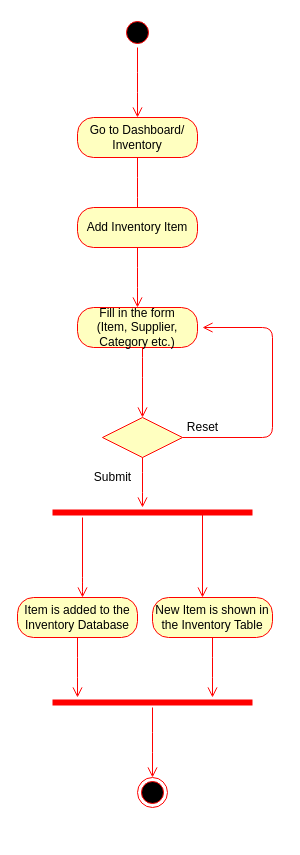
Before: Diagrams/Activity Diagrams FINAL/AC_17_Register Inventory Item.drawio in kkasharaj17/SE-project, a draw.io diagram. Source tidied: cells renumbered, new cells numbered last; positions are measured from the earlier drawing's top-left corner, leaving out a move shared by most shapes. Both pictures are drawn from the tidied source at 100%, with x=0, y=0 at pixel (17, 17).
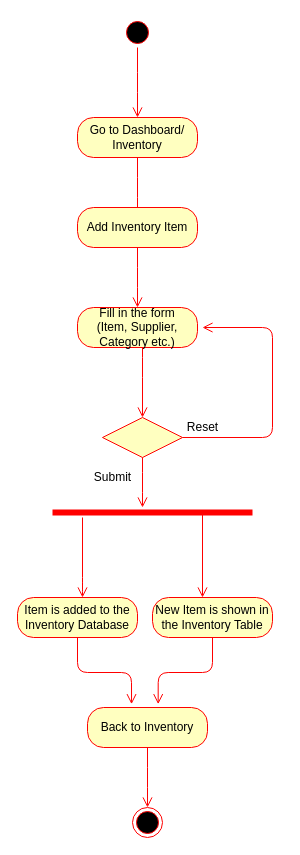
Above is the later version.

The change refers to these unchanged cells:
```xml
<mxCell id="18" value="Item is added to the Inventory Database" style="rounded=1;whiteSpace=wrap;html=1;arcSize=40;fontColor=#000000;fillColor=#ffffc0;strokeColor=#ff0000;" parent="1" vertex="1">
  <mxGeometry y="580" width="120" height="40" as="geometry" />
</mxCell>
<mxCell id="20" value="New Item is shown in the Inventory Table" style="rounded=1;whiteSpace=wrap;html=1;arcSize=40;fontColor=#000000;fillColor=#ffffc0;strokeColor=#ff0000;" parent="1" vertex="1">
  <mxGeometry x="135" y="580" width="120" height="40" as="geometry" />
</mxCell>
```

Diff of the diagram source:
```diff
@@
-    <mxCell id="19" style="edgeStyle=orthogonalEdgeStyle;html=1;verticalAlign=bottom;endArrow=open;endSize=8;strokeColor=#ff0000;" parent="1" edge="1" source="18">
-      <mxGeometry relative="1" as="geometry">
-        <mxPoint x="60" y="680" as="targetPoint" />
-      </mxGeometry>
+    <mxCell id="19" style="edgeStyle=orthogonalEdgeStyle;html=1;verticalAlign=bottom;endArrow=open;endSize=8;strokeColor=#ff0000;entryX=0.367;entryY=-0.083;entryDx=0;entryDy=0;entryPerimeter=0;" parent="1" edge="1" source="18" target="25">
+      <mxGeometry relative="1" as="geometry" />
     </mxCell>
@@
-    <mxCell id="21" style="edgeStyle=orthogonalEdgeStyle;html=1;verticalAlign=bottom;endArrow=open;endSize=8;strokeColor=#ff0000;" parent="1" edge="1" source="20">
-      <mxGeometry relative="1" as="geometry">
-        <mxPoint x="195" y="680" as="targetPoint" />
-      </mxGeometry>
+    <mxCell id="21" style="edgeStyle=orthogonalEdgeStyle;html=1;verticalAlign=bottom;endArrow=open;endSize=8;strokeColor=#ff0000;entryX=0.589;entryY=-0.083;entryDx=0;entryDy=0;entryPerimeter=0;" parent="1" edge="1" source="20" target="25">
+      <mxGeometry relative="1" as="geometry" />
     </mxCell>
-    <mxCell id="22" style="shape=line;html=1;strokeWidth=6;strokeColor=#ff0000;" parent="1" vertex="1">
-      <mxGeometry x="35" y="680" width="200" height="10" as="geometry" />
-    </mxCell>
-    <mxCell id="23" style="edgeStyle=orthogonalEdgeStyle;html=1;verticalAlign=bottom;endArrow=open;endSize=8;strokeColor=#ff0000;" parent="1" edge="1" source="22">
-      <mxGeometry relative="1" as="geometry">
-        <mxPoint x="135" y="760" as="targetPoint" />
-      </mxGeometry>
-    </mxCell>
     <mxCell id="24" style="ellipse;html=1;shape=endState;fillColor=#000000;strokeColor=#ff0000;" parent="1" vertex="1">
-      <mxGeometry x="120" y="760" width="30" height="30" as="geometry" />
+      <mxGeometry x="115" y="790" width="30" height="30" as="geometry" />
     </mxCell>
+    <mxCell id="25" value="Back to Inventory" style="rounded=1;whiteSpace=wrap;html=1;arcSize=40;fontColor=#000000;fillColor=#ffffc0;strokeColor=#ff0000;" parent="1" vertex="1">
+      <mxGeometry x="70" y="690" width="120" height="40" as="geometry" />
+    </mxCell>
+    <mxCell id="26" style="edgeStyle=orthogonalEdgeStyle;html=1;verticalAlign=bottom;endArrow=open;endSize=8;strokeColor=#ff0000;" parent="1" edge="1" source="25">
+      <mxGeometry relative="1" as="geometry">
+        <mxPoint x="130" y="790" as="targetPoint" />
+      </mxGeometry>
+    </mxCell>
```
